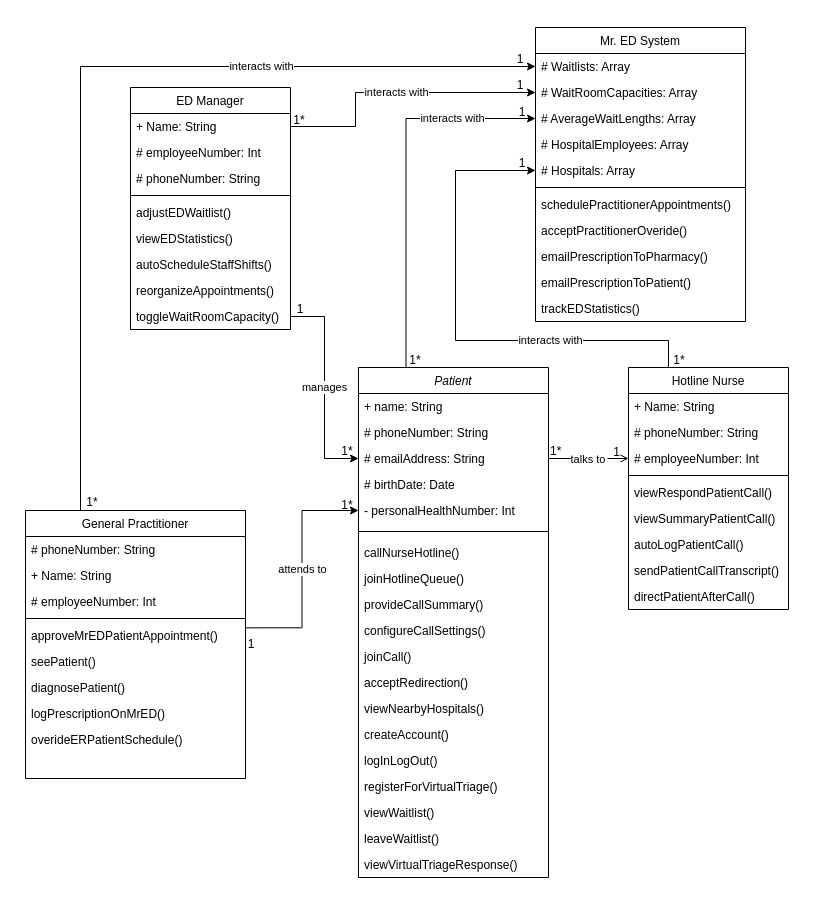
The draw.io diagram AmirWork/M2/Mister_ED_ClassDiagram.drawio in SENG-350-2024-fall/Team9, before the edit. Source tidied: cells renumbered, new cells numbered last; positions are measured from the earlier drawing's top-left corner, leaving out a move shared by most shapes. Both pictures are drawn from the tidied source at 100%, with x=0, y=0 at pixel (17, 17).
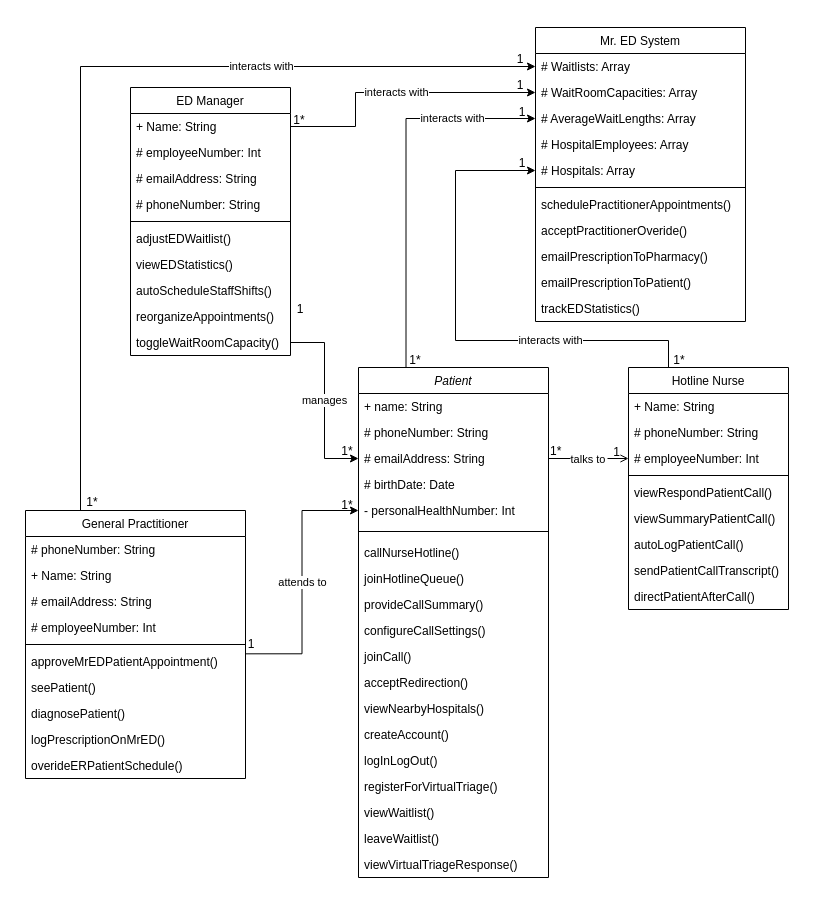
Above is the later version.

Unchanged cells that the change refers to:
```xml
<mxCell id="48" value="General Practitioner" style="swimlane;fontStyle=0;align=center;verticalAlign=top;horizontal=1;startSize=26;rounded=0;shadow=0;strokeWidth=1;" parent="1" vertex="1">
  <mxGeometry x="8" y="493" width="220" height="268" as="geometry" />
</mxCell>
```

Change to the diagram source:
```diff
@@
     <mxCell id="26" value="ED Manager" style="swimlane;fontStyle=0;align=center;verticalAlign=top;horizontal=1;startSize=26;rounded=0;shadow=0;strokeWidth=1;" parent="1" vertex="1">
-      <mxGeometry x="113" y="70" width="160" height="242" as="geometry" />
+      <mxGeometry x="113" y="70" width="160" height="268" as="geometry" />
     </mxCell>
@@
+    <mxCell id="87" value="# emailAddress: String" style="text;align=left;verticalAlign=top;spacingLeft=4;spacingRight=4;overflow=hidden;rounded=0;shadow=0;html=0;" parent="26" vertex="1">
+      <mxGeometry y="78" width="160" height="26" as="geometry" />
+    </mxCell>
     <mxCell id="29" value="# phoneNumber: String" style="text;align=left;verticalAlign=top;spacingLeft=4;spacingRight=4;overflow=hidden;rounded=0;shadow=0;html=0;" parent="26" vertex="1">
-      <mxGeometry y="78" width="160" height="26" as="geometry" />
+      <mxGeometry y="104" width="160" height="26" as="geometry" />
     </mxCell>
     <mxCell id="30" style="line;html=1;strokeWidth=1;align=left;verticalAlign=middle;spacingTop=-1;spacingLeft=3;spacingRight=3;labelPosition=right;" parent="26" vertex="1">
-      <mxGeometry y="104" width="160" height="8" as="geometry" />
+      <mxGeometry y="130" width="160" height="8" as="geometry" />
     </mxCell>
     <mxCell id="31" value="adjustEDWaitlist()&#10;" style="text;align=left;verticalAlign=top;spacingLeft=4;spacingRight=4;overflow=hidden;" parent="26" vertex="1">
-      <mxGeometry y="112" width="160" height="26" as="geometry" />
+      <mxGeometry y="138" width="160" height="26" as="geometry" />
     </mxCell>
     <mxCell id="32" value="viewEDStatistics()&#10;" style="text;align=left;verticalAlign=top;spacingLeft=4;spacingRight=4;overflow=hidden;" parent="26" vertex="1">
-      <mxGeometry y="138" width="160" height="26" as="geometry" />
+      <mxGeometry y="164" width="160" height="26" as="geometry" />
     </mxCell>
     <mxCell id="33" value="autoScheduleStaffShifts()&#10;" style="text;align=left;verticalAlign=top;spacingLeft=4;spacingRight=4;overflow=hidden;" parent="26" vertex="1">
-      <mxGeometry y="164" width="160" height="26" as="geometry" />
+      <mxGeometry y="190" width="160" height="26" as="geometry" />
     </mxCell>
     <mxCell id="34" value="reorganizeAppointments()" style="text;align=left;verticalAlign=top;spacingLeft=4;spacingRight=4;overflow=hidden;" parent="26" vertex="1">
-      <mxGeometry y="190" width="160" height="26" as="geometry" />
+      <mxGeometry y="216" width="160" height="26" as="geometry" />
     </mxCell>
     <mxCell id="35" value="toggleWaitRoomCapacity()" style="text;align=left;verticalAlign=top;spacingLeft=4;spacingRight=4;overflow=hidden;points=[[0,0.5],[1,0.5]];portConstraint=eastwest;" parent="26" vertex="1">
-      <mxGeometry y="216" width="160" height="26" as="geometry" />
+      <mxGeometry y="242" width="160" height="26" as="geometry" />
     </mxCell>
@@
+    <mxCell id="88" value="# emailAddress: String" style="text;align=left;verticalAlign=top;spacingLeft=4;spacingRight=4;overflow=hidden;rounded=0;shadow=0;html=0;" parent="48" vertex="1">
+      <mxGeometry y="78" width="220" height="26" as="geometry" />
+    </mxCell>
     <mxCell id="51" value="# employeeNumber: Int" style="text;align=left;verticalAlign=top;spacingLeft=4;spacingRight=4;overflow=hidden;rounded=0;shadow=0;html=0;" parent="48" vertex="1">
-      <mxGeometry y="78" width="220" height="26" as="geometry" />
+      <mxGeometry y="104" width="220" height="26" as="geometry" />
     </mxCell>
     <mxCell id="52" style="line;html=1;strokeWidth=1;align=left;verticalAlign=middle;spacingTop=-1;spacingLeft=3;spacingRight=3;labelPosition=right;" parent="48" vertex="1">
-      <mxGeometry y="104" width="220" height="8" as="geometry" />
+      <mxGeometry y="130" width="220" height="8" as="geometry" />
     </mxCell>
     <mxCell id="53" value="approveMrEDPatientAppointment()" style="text;align=left;verticalAlign=top;spacingLeft=4;spacingRight=4;overflow=hidden;points=[[0,0.5],[1,0.5]];portConstraint=eastwest;" parent="48" vertex="1">
-      <mxGeometry y="112" width="220" height="26" as="geometry" />
+      <mxGeometry y="138" width="220" height="26" as="geometry" />
     </mxCell>
     <mxCell id="54" value="seePatient()" style="text;align=left;verticalAlign=top;spacingLeft=4;spacingRight=4;overflow=hidden;" parent="48" vertex="1">
-      <mxGeometry y="138" width="220" height="26" as="geometry" />
+      <mxGeometry y="164" width="220" height="26" as="geometry" />
     </mxCell>
     <mxCell id="55" value="diagnosePatient()" style="text;align=left;verticalAlign=top;spacingLeft=4;spacingRight=4;overflow=hidden;" parent="48" vertex="1">
-      <mxGeometry y="164" width="220" height="26" as="geometry" />
+      <mxGeometry y="190" width="220" height="26" as="geometry" />
     </mxCell>
     <mxCell id="56" value="logPrescriptionOnMrED()" style="text;align=left;verticalAlign=top;spacingLeft=4;spacingRight=4;overflow=hidden;" parent="48" vertex="1">
-      <mxGeometry y="190" width="220" height="26" as="geometry" />
+      <mxGeometry y="216" width="220" height="26" as="geometry" />
     </mxCell>
     <mxCell id="57" value="overideERPatientSchedule()" style="text;align=left;verticalAlign=top;spacingLeft=4;spacingRight=4;overflow=hidden;" parent="48" vertex="1">
-      <mxGeometry y="216" width="220" height="26" as="geometry" />
+      <mxGeometry y="242" width="220" height="26" as="geometry" />
     </mxCell>
```
